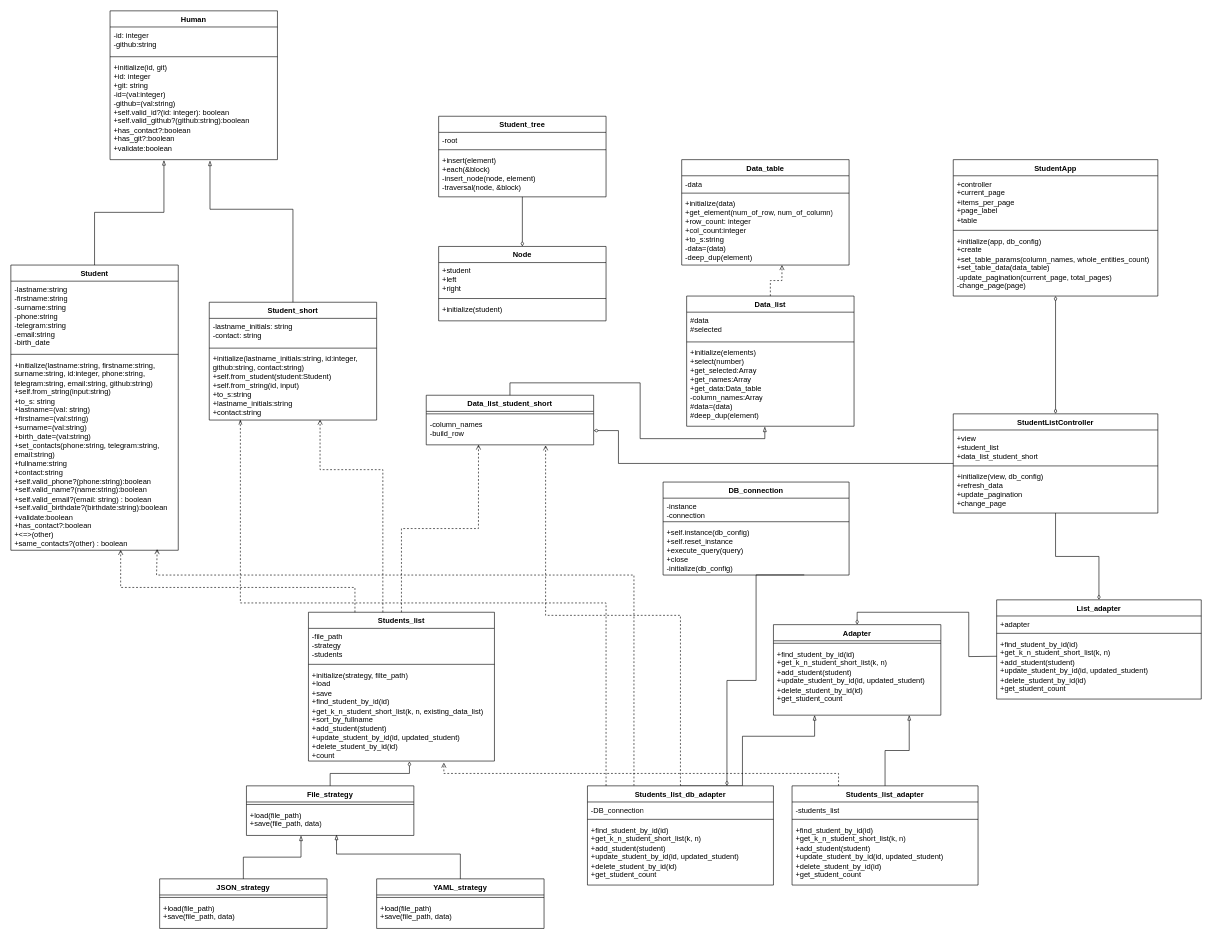
Before: Students/Students.drawio in avtss/Patterns, a draw.io diagram. Source tidied: cells renumbered, new cells numbered last; positions are measured from the earlier drawing's top-left corner, leaving out a move shared by most shapes. Both pictures are drawn from the tidied source at 62%, with x=0, y=0 at pixel (11, 11).
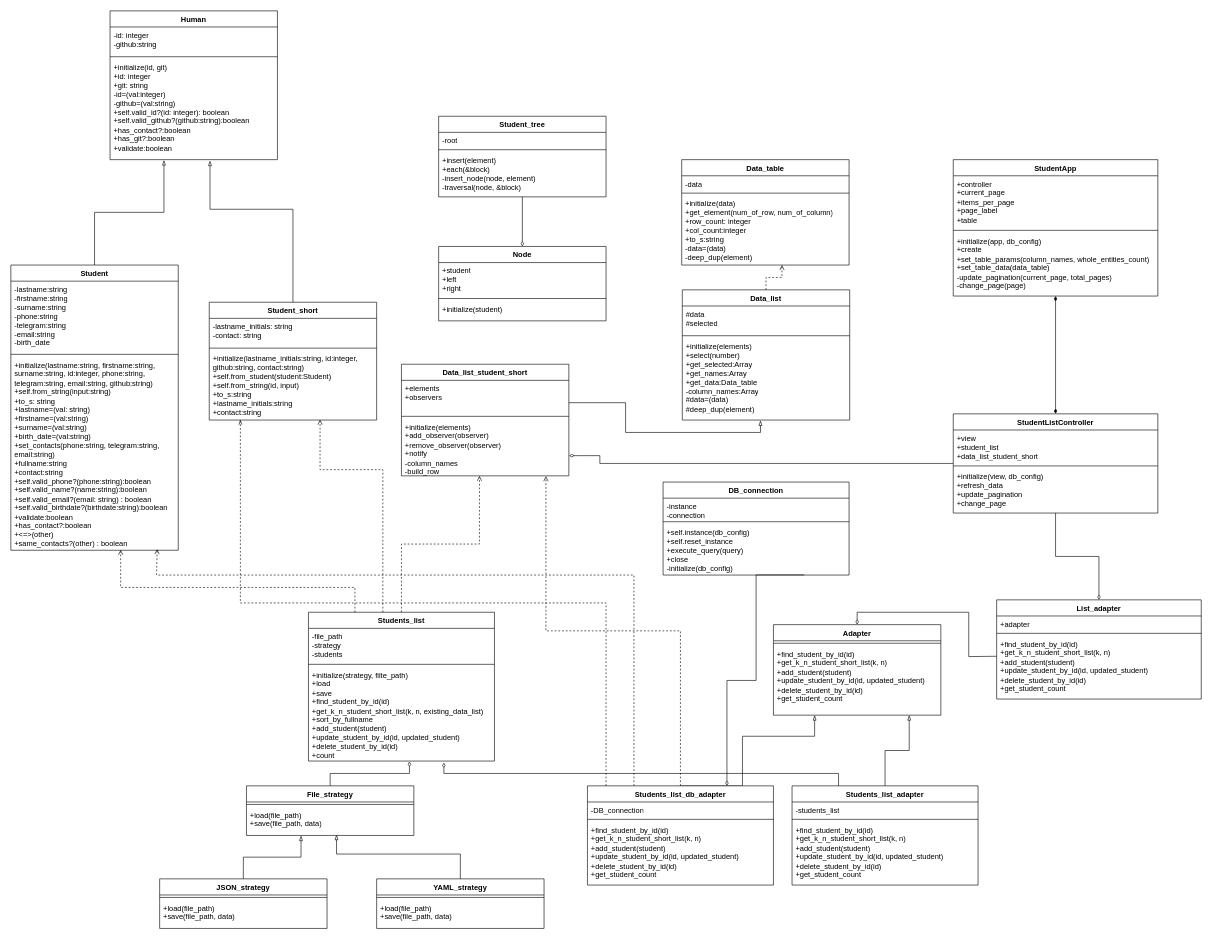
The same page after the edit.

Commit message (it also covers changes not shown here):
Lab5. updated class diagram

Unchanged cells that the change refers to:
```xml
<mxCell id="19" value="+initialize(elements)&lt;div&gt;+select(number)&lt;/div&gt;&lt;div&gt;+get_selected:Array&lt;/div&gt;&lt;div&gt;+get_names:Array&lt;/div&gt;&lt;div&gt;+get_data:Data_table&lt;/div&gt;&lt;div&gt;-column_names:Array&lt;/div&gt;&lt;div&gt;#data=(data)&lt;/div&gt;&lt;div&gt;#deep_dup(element)&lt;/div&gt;" style="text;strokeColor=none;fillColor=none;align=left;verticalAlign=top;spacingLeft=4;spacingRight=4;overflow=hidden;points=[[0,0.5],[1,0.5]];portConstraint=eastwest;whiteSpace=wrap;html=1;" parent="16" vertex="1">
  <mxGeometry y="78" width="270" height="132" as="geometry" />
</mxCell>
<mxCell id="28" value="Students_list" style="swimlane;fontStyle=1;align=center;verticalAlign=top;horizontal=1;startSize=26;whiteSpace=wrap;html=1;" parent="1" vertex="1">
  <mxGeometry x="480" y="970" width="300" height="240" as="geometry" />
</mxCell>
<mxCell id="31" value="+initialize(strategy, filte_path)&lt;div&gt;+load&lt;/div&gt;&lt;div&gt;+save&lt;/div&gt;&lt;div&gt;+find_student_by_id(id)&lt;/div&gt;&lt;div&gt;+get_k_n_student_short_list(k, n, existing_data_list)&lt;/div&gt;&lt;div&gt;+sort_by_fullname&lt;/div&gt;&lt;div&gt;+add_student(student)&lt;/div&gt;&lt;div&gt;+update_student_by_id(id, updated_student)&lt;/div&gt;&lt;div&gt;+delete_student_by_id(id)&lt;/div&gt;&lt;div&gt;+count&lt;/div&gt;" style="text;strokeColor=none;fillColor=none;align=left;verticalAlign=top;spacingLeft=4;spacingRight=4;overflow=hidden;points=[[0,0.5],[1,0.5]];portConstraint=eastwest;whiteSpace=wrap;html=1;" parent="28" vertex="1">
  <mxGeometry y="88" width="300" height="152" as="geometry" />
</mxCell>
<mxCell id="57" value="Students_list_db_adapter" style="swimlane;fontStyle=1;align=center;verticalAlign=top;horizontal=1;startSize=26;whiteSpace=wrap;html=1;" parent="1" vertex="1">
  <mxGeometry x="930" y="1250" width="300" height="160" as="geometry" />
</mxCell>
<mxCell id="61" value="Students_list_adapter" style="swimlane;fontStyle=1;align=center;verticalAlign=top;horizontal=1;startSize=26;whiteSpace=wrap;html=1;" parent="1" vertex="1">
  <mxGeometry x="1260" y="1250" width="300" height="160" as="geometry" />
</mxCell>
<mxCell id="80" value="StudentApp" style="swimlane;fontStyle=1;align=center;verticalAlign=top;horizontal=1;startSize=26;whiteSpace=wrap;html=1;" parent="1" vertex="1">
  <mxGeometry x="1520" y="240" width="330" height="220" as="geometry" />
</mxCell>
<mxCell id="86" value="StudentListController" style="swimlane;fontStyle=1;align=center;verticalAlign=top;horizontal=1;startSize=26;whiteSpace=wrap;html=1;" parent="1" vertex="1">
  <mxGeometry x="1520" y="650" width="330" height="160" as="geometry" />
</mxCell>
```

The edit, as a diff of the source:
```diff
@@
     <mxCell id="16" value="Data_list" style="swimlane;fontStyle=1;align=center;verticalAlign=top;horizontal=1;startSize=26;whiteSpace=wrap;html=1;" parent="1" vertex="1">
-      <mxGeometry x="1090" y="460" width="270" height="210" as="geometry" />
+      <mxGeometry x="1083" y="450" width="270" height="210" as="geometry" />
     </mxCell>
@@
-    <mxCell id="20" value="Data_list_student_short" style="swimlane;fontStyle=1;align=center;verticalAlign=top;horizontal=1;startSize=26;whiteSpace=wrap;html=1;" parent="1" vertex="1">
-      <mxGeometry x="670" y="620" width="270" height="80" as="geometry" />
-    </mxCell>
-    <mxCell id="21" style="line;strokeWidth=1;fillColor=none;align=left;verticalAlign=middle;spacingTop=-1;spacingLeft=3;spacingRight=3;labelPosition=right;strokeColor=inherit;" parent="20" vertex="1">
-      <mxGeometry y="26" width="270" height="8" as="geometry" />
-    </mxCell>
-    <mxCell id="22" value="-column_names&lt;div&gt;-build_row&lt;/div&gt;" style="text;strokeColor=none;fillColor=none;align=left;verticalAlign=top;spacingLeft=4;spacingRight=4;overflow=hidden;points=[[0,0.5],[1,0.5]];portConstraint=eastwest;whiteSpace=wrap;html=1;" parent="20" vertex="1">
-      <mxGeometry y="34" width="270" height="46" as="geometry" />
-    </mxCell>
-    <mxCell id="23" style="edgeStyle=orthogonalEdgeStyle;rounded=0;jettySize=auto;html=1;exitX=0.5;exitY=0;exitDx=0;exitDy=0;entryX=0.467;entryY=1.005;entryDx=0;entryDy=0;entryPerimeter=0;endArrow=blockThin;endFill=0;" parent="1" edge="1" source="20" target="19">
+    <mxCell id="23" style="edgeStyle=orthogonalEdgeStyle;rounded=0;jettySize=auto;html=1;exitX=1;exitY=0.667;exitDx=0;exitDy=0;entryX=0.467;entryY=1.005;entryDx=0;entryDy=0;entryPerimeter=0;endArrow=blockThin;endFill=0;exitPerimeter=0;" parent="1" edge="1" source="95" target="19">
       <mxGeometry relative="1" as="geometry" />
     </mxCell>
@@
-    <mxCell id="66" style="edgeStyle=orthogonalEdgeStyle;rounded=0;jettySize=auto;html=1;entryX=0.713;entryY=1.018;entryDx=0;entryDy=0;entryPerimeter=0;endArrow=open;endFill=0;startArrow=none;startFill=0;exitX=0.5;exitY=0;exitDx=0;exitDy=0;dashed=1;" parent="1" edge="1" source="57" target="22">
+    <mxCell id="66" style="edgeStyle=orthogonalEdgeStyle;rounded=0;jettySize=auto;html=1;endArrow=open;endFill=0;startArrow=none;startFill=0;exitX=0.5;exitY=0;exitDx=0;exitDy=0;dashed=1;entryX=0.863;entryY=1.005;entryDx=0;entryDy=0;entryPerimeter=0;" parent="1" edge="1" source="57" target="97">
       <mxGeometry relative="1" as="geometry" />
     </mxCell>
-    <mxCell id="67" style="edgeStyle=orthogonalEdgeStyle;rounded=0;jettySize=auto;html=1;exitX=0.5;exitY=0;exitDx=0;exitDy=0;entryX=0.312;entryY=0.992;entryDx=0;entryDy=0;entryPerimeter=0;endArrow=open;endFill=0;startArrow=none;startFill=0;dashed=1;" parent="1" edge="1" source="28" target="22">
+    <mxCell id="67" style="edgeStyle=orthogonalEdgeStyle;rounded=0;jettySize=auto;html=1;exitX=0.5;exitY=0;exitDx=0;exitDy=0;endArrow=open;endFill=0;startArrow=none;startFill=0;dashed=1;entryX=0.466;entryY=1;entryDx=0;entryDy=0;entryPerimeter=0;" parent="1" edge="1" source="28" target="97">
       <mxGeometry relative="1" as="geometry" />
     </mxCell>
-    <mxCell id="68" style="edgeStyle=orthogonalEdgeStyle;rounded=0;jettySize=auto;html=1;exitX=0.25;exitY=0;exitDx=0;exitDy=0;entryX=0.728;entryY=1.017;entryDx=0;entryDy=0;entryPerimeter=0;endArrow=open;endFill=0;dashed=1;" parent="1" edge="1" source="61" target="31">
+    <mxCell id="68" style="edgeStyle=orthogonalEdgeStyle;rounded=0;jettySize=auto;html=1;exitX=0.25;exitY=0;exitDx=0;exitDy=0;entryX=0.728;entryY=1.017;entryDx=0;entryDy=0;entryPerimeter=0;endArrow=diamondThin;endFill=0;" parent="1" edge="1" source="61" target="31">
       <mxGeometry relative="1" as="geometry">
         <Array as="points">
           <mxPoint x="1335" y="1230" />
           <mxPoint x="698" y="1230" />
         </Array>
       </mxGeometry>
     </mxCell>
@@
-    <mxCell id="79" style="edgeStyle=orthogonalEdgeStyle;rounded=0;jettySize=auto;html=1;entryX=0.5;entryY=0;entryDx=0;entryDy=0;endArrow=diamondThin;endFill=0;startArrow=diamondThin;startFill=0;" parent="1" edge="1" source="80" target="86">
+    <mxCell id="79" style="edgeStyle=orthogonalEdgeStyle;rounded=0;jettySize=auto;html=1;entryX=0.5;entryY=0;entryDx=0;entryDy=0;endArrow=diamondThin;endFill=1;startArrow=diamondThin;startFill=1;" parent="1" edge="1" source="80" target="86">
       <mxGeometry relative="1" as="geometry" />
     </mxCell>
@@
-    <mxCell id="85" style="edgeStyle=orthogonalEdgeStyle;rounded=0;jettySize=auto;html=1;entryX=1;entryY=0.5;entryDx=0;entryDy=0;endArrow=diamondThin;endFill=0;" parent="1" edge="1" source="86" target="22">
+    <mxCell id="85" style="edgeStyle=orthogonalEdgeStyle;rounded=0;jettySize=auto;html=1;entryX=1.001;entryY=0.646;entryDx=0;entryDy=0;endArrow=diamondThin;endFill=0;entryPerimeter=0;" parent="1" edge="1" source="86" target="97">
       <mxGeometry relative="1" as="geometry">
         <Array as="points">
-          <mxPoint x="980" y="730" />
-          <mxPoint x="980" y="677" />
+          <mxPoint x="950" y="730" />
+          <mxPoint x="950" y="717" />
         </Array>
       </mxGeometry>
     </mxCell>
@@
+    <mxCell id="20" value="Data_list_student_short" style="swimlane;fontStyle=1;align=center;verticalAlign=top;horizontal=1;startSize=26;whiteSpace=wrap;html=1;" parent="1" vertex="1">
+      <mxGeometry x="630" y="570" width="270" height="180" as="geometry" />
+    </mxCell>
+    <mxCell id="95" value="+elements&lt;div&gt;+observers&lt;/div&gt;" style="text;strokeColor=none;fillColor=none;align=left;verticalAlign=top;spacingLeft=4;spacingRight=4;overflow=hidden;points=[[0,0.5],[1,0.5]];portConstraint=eastwest;whiteSpace=wrap;html=1;" parent="20" vertex="1">
+      <mxGeometry y="26" width="270" height="54" as="geometry" />
+    </mxCell>
+    <mxCell id="96" style="line;strokeWidth=1;fillColor=none;align=left;verticalAlign=middle;spacingTop=-1;spacingLeft=3;spacingRight=3;labelPosition=right;strokeColor=inherit;" parent="20" vertex="1">
+      <mxGeometry y="80" width="270" height="8" as="geometry" />
+    </mxCell>
+    <mxCell id="97" value="+initialize(elements)&lt;div&gt;+add_observer(observer)&lt;/div&gt;&lt;div&gt;+remove_observer(observer)&lt;/div&gt;&lt;div&gt;+notify&lt;/div&gt;&lt;div&gt;-column_names&lt;/div&gt;&lt;div&gt;-build_row&lt;/div&gt;" style="text;strokeColor=none;fillColor=none;align=left;verticalAlign=top;spacingLeft=4;spacingRight=4;overflow=hidden;points=[[0,0.5],[1,0.5]];portConstraint=eastwest;whiteSpace=wrap;html=1;" parent="20" vertex="1">
+      <mxGeometry y="88" width="270" height="92" as="geometry" />
+    </mxCell>
```
